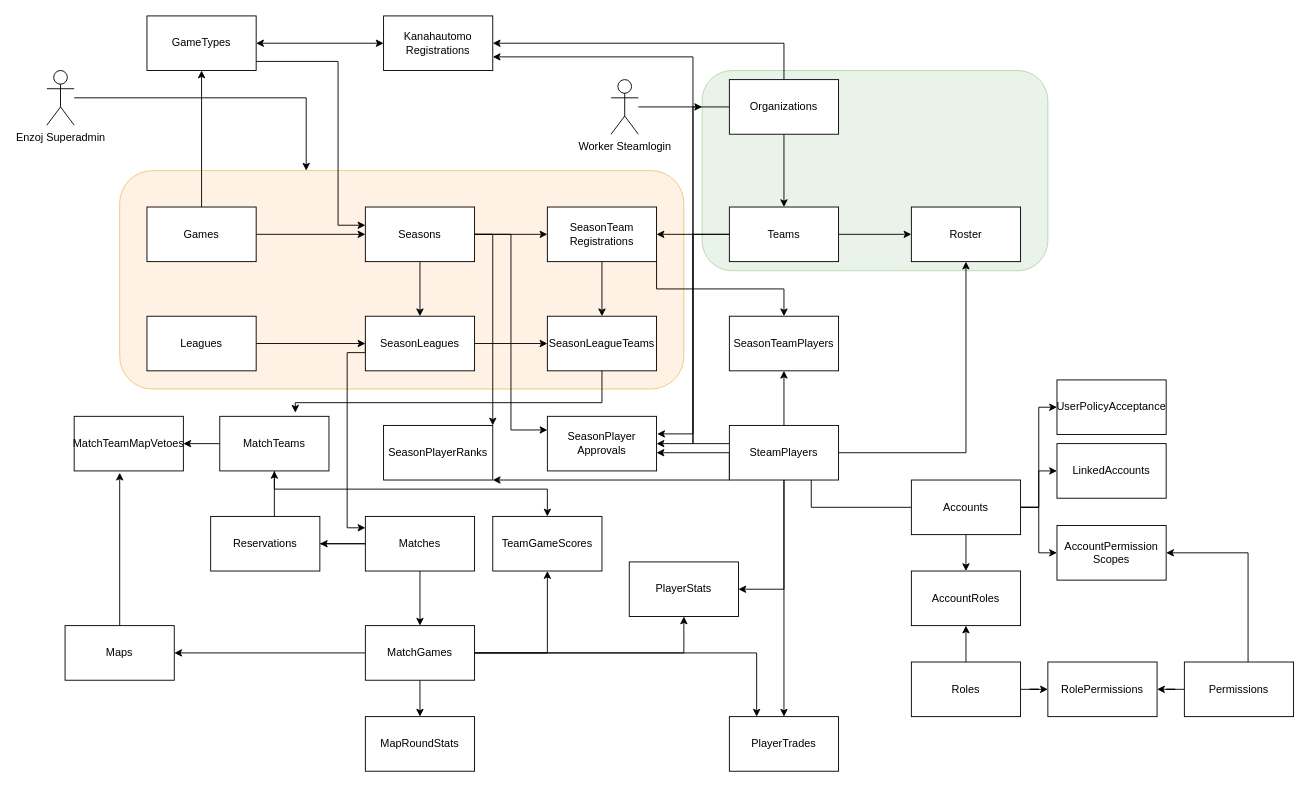
The draw.io diagram docs/kanastats.drawio in sebazai/eggosystem, before the edit. Source tidied: cells renumbered, new cells numbered last; positions are measured from the earlier drawing's top-left corner, leaving out a move shared by most shapes. Both pictures are drawn from the tidied source at 91%, with x=0, y=0 at pixel (46, 15).
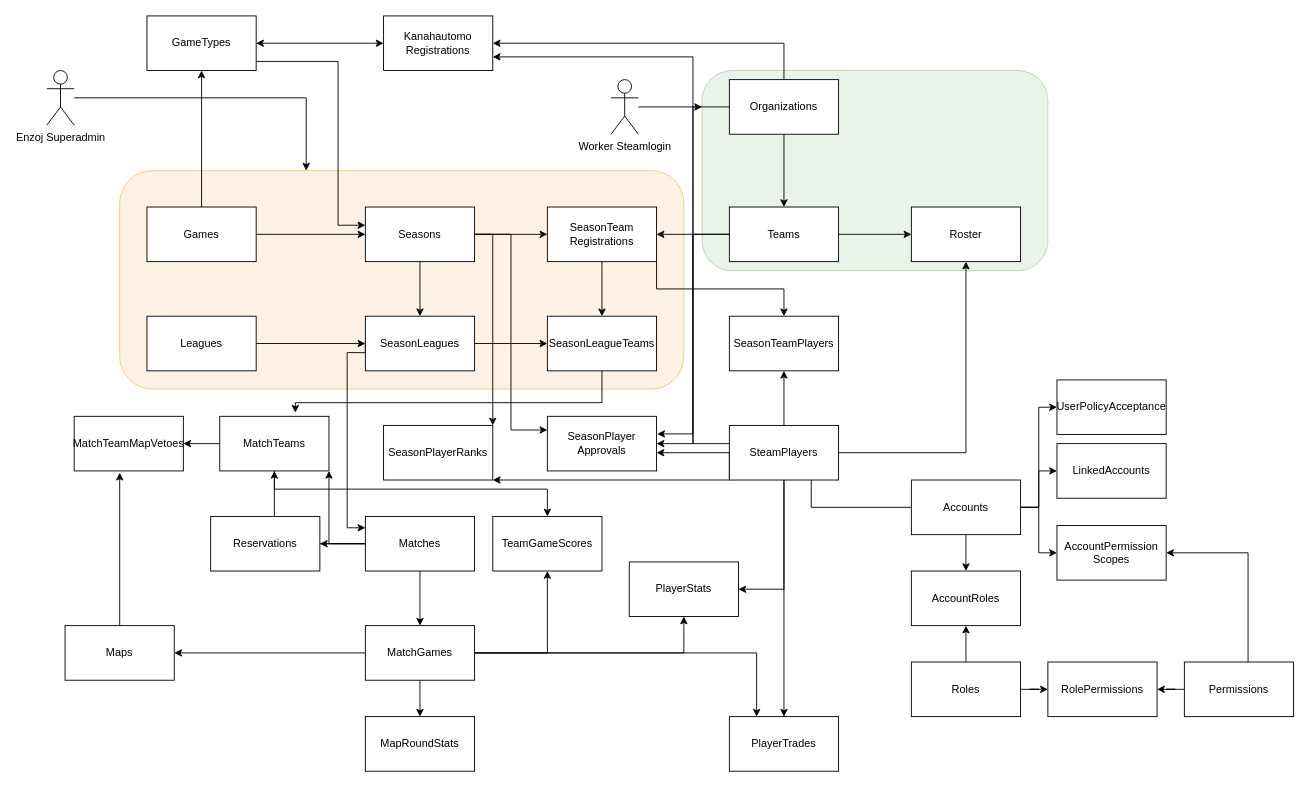
After the change.

Unchanged cells that the change refers to:
```xml
<mxCell id="15" value="Matches" style="rounded=0;whiteSpace=wrap;html=1;" parent="1" vertex="1">
  <mxGeometry x="350" y="550" width="120" height="60" as="geometry" />
</mxCell>
<mxCell id="49" value="MatchTeams" style="rounded=0;whiteSpace=wrap;html=1;" parent="1" vertex="1">
  <mxGeometry x="190" y="440" width="120" height="60" as="geometry" />
</mxCell>
```

What changed in the source:
```diff
@@
+    <mxCell id="88" style="edgeStyle=orthogonalEdgeStyle;rounded=0;jettySize=auto;html=1;entryX=1;entryY=1;entryDx=0;entryDy=0;" parent="1" edge="1" source="15" target="49">
+      <mxGeometry relative="1" as="geometry" />
+    </mxCell>
```
